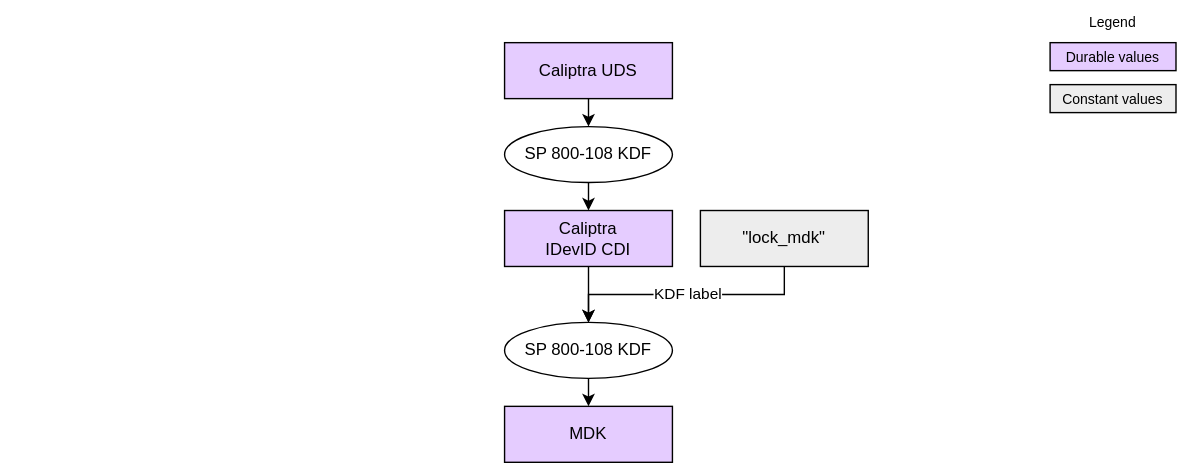
Above: doc/ocp_lock/diagrams/mdk_derivation.drawio.svg in chipsalliance/Caliptra (draw.io), before the change. Source tidied: cells renumbered, new cells last; positions are measured from the earlier drawing's top-left corner, leaving out a move shared by most shapes.
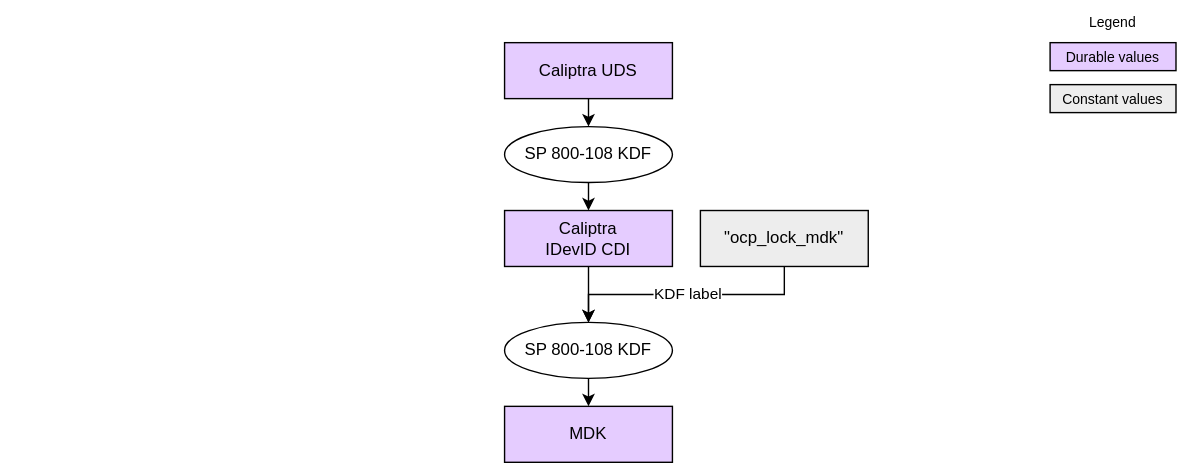
Later version of the same file.

What changed in the source:
```diff
@@ -46,7 +46,7 @@
         <mxPoint x="36" y="2" as="offset" />
       </mxGeometry>
     </mxCell>
-    <mxCell id="16" value="&lt;div&gt;&lt;font color=&quot;#000000&quot;&gt;&quot;lock_mdk&quot;&lt;/font&gt;&lt;/div&gt;" style="rounded=0;whiteSpace=wrap;html=1;align=center;verticalAlign=middle;shadow=0;glass=0;spacingLeft=0;spacingBottom=0;spacingTop=0;fillColor=#EDEDED;" parent="1" vertex="1">
+    <mxCell id="16" value="&lt;div&gt;&lt;font color=&quot;#000000&quot;&gt;&quot;ocp_lock_mdk&quot;&lt;/font&gt;&lt;/div&gt;" style="rounded=0;whiteSpace=wrap;html=1;align=center;verticalAlign=middle;shadow=0;glass=0;spacingLeft=0;spacingBottom=0;spacingTop=0;fillColor=#EDEDED;" parent="1" vertex="1">
       <mxGeometry x="500" y="150" width="120" height="40" as="geometry" />
     </mxCell>
     <mxCell id="17" value="&lt;div&gt;&lt;font color=&quot;#000000&quot;&gt;Constant values&lt;/font&gt;&lt;/div&gt;" style="rounded=0;whiteSpace=wrap;html=1;align=center;verticalAlign=middle;shadow=0;glass=0;spacingLeft=0;spacingBottom=0;spacingTop=0;fillColor=#EDEDED;fontSize=10;" parent="1" vertex="1">
```
